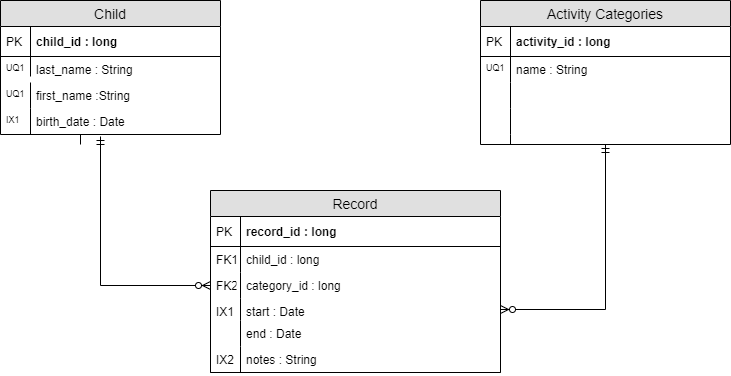
The draw.io diagram docs/nursery_notes_erd.png in mgraham21/nursery-notes, before a commit. Source tidied: cells renumbered, new cells last; positions are measured from the earlier drawing's top-left corner, leaving out a move shared by most shapes.
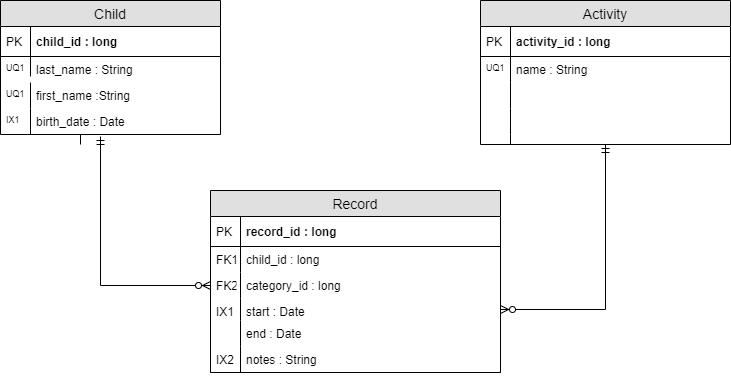
Later version of the same file.

The edit, as a diff of the source:
```diff
@@ -32,7 +32,7 @@
     <mxCell id="11" style="edgeStyle=orthogonalEdgeStyle;rounded=0;jettySize=auto;html=1;entryX=1;entryY=0.5;entryDx=0;entryDy=0;startArrow=ERmandOne;startFill=0;endArrow=ERzeroToMany;endFill=1;fontSize=9;" parent="1" edge="1" source="12" target="30">
       <mxGeometry relative="1" as="geometry" />
     </mxCell>
-    <mxCell id="12" value="Activity Categories" style="swimlane;fontStyle=0;horizontal=1;startSize=26;fillColor=#e0e0e0;swimlaneFillColor=#ffffff;align=center;fontSize=14;" parent="1" vertex="1">
+    <mxCell id="12" value="Activity" style="swimlane;fontStyle=0;horizontal=1;startSize=26;fillColor=#e0e0e0;swimlaneFillColor=#ffffff;align=center;fontSize=14;" parent="1" vertex="1">
       <mxGeometry x="480" width="250" height="144" as="geometry" />
     </mxCell>
     <mxCell id="13" value="activity_id : long" style="shape=partialRectangle;top=0;left=0;right=0;bottom=1;align=left;verticalAlign=middle;fillColor=none;spacingLeft=34;spacingRight=4;overflow=hidden;fontStyle=1;fontSize=12;" parent="12" vertex="1">
```
